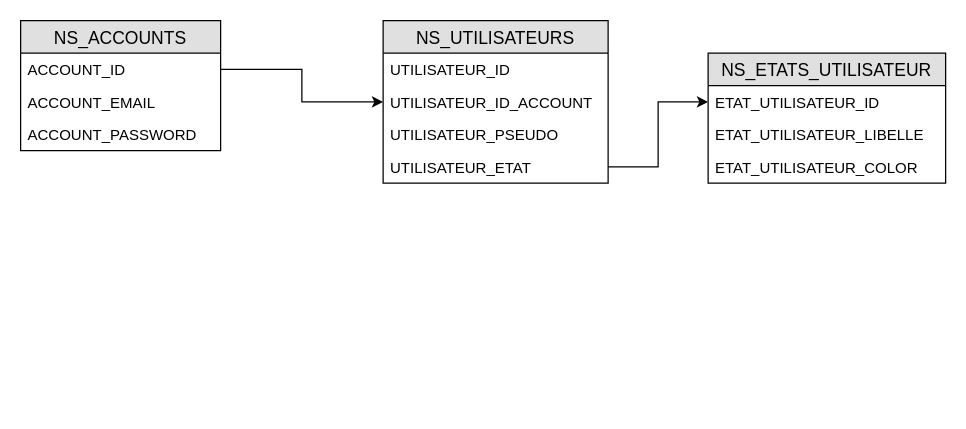
This is BDD.drawio from neyhos-studio/Wiki-NS, a draw.io file, before an edit. Source tidied: cells renumbered, new cells numbered last; positions are measured from the earlier drawing's top-left corner, leaving out a move shared by most shapes. Both pictures are drawn from the tidied source at 125%, with x=0, y=0 at pixel (20, 20).
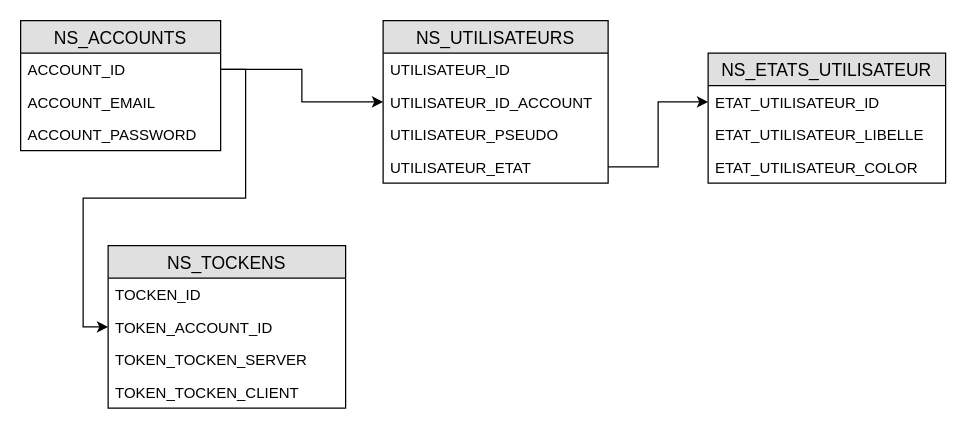
The same diagram, later.

Unchanged cells that the change refers to:
```xml
<mxCell id="3" value="ACCOUNT_ID" style="text;strokeColor=none;fillColor=none;spacingLeft=4;spacingRight=4;overflow=hidden;points=[[0,0.5],[1,0.5]];portConstraint=eastwest;fontSize=12;" parent="2" vertex="1">
  <mxGeometry y="26" width="160" height="26" as="geometry" />
</mxCell>
```

Change to the diagram source:
```diff
@@
+    <mxCell id="17" value="NS_TOCKENS" style="swimlane;fontStyle=0;horizontal=1;startSize=26;fillColor=#e0e0e0;swimlaneFillColor=#ffffff;align=center;fontSize=14;" parent="1" vertex="1">
+      <mxGeometry x="70" y="180" width="190" height="130" as="geometry" />
+    </mxCell>
+    <mxCell id="18" value="TOCKEN_ID" style="text;strokeColor=none;fillColor=none;spacingLeft=4;spacingRight=4;overflow=hidden;fontSize=12;" parent="17" vertex="1">
+      <mxGeometry y="26" width="190" height="26" as="geometry" />
+    </mxCell>
+    <mxCell id="19" value="TOKEN_ACCOUNT_ID" style="text;strokeColor=none;fillColor=none;spacingLeft=4;spacingRight=4;overflow=hidden;points=[[0,0.5],[1,0.5]];portConstraint=eastwest;fontSize=12;" parent="17" vertex="1">
+      <mxGeometry y="52" width="190" height="26" as="geometry" />
+    </mxCell>
+    <mxCell id="20" value="TOKEN_TOCKEN_SERVER" style="text;strokeColor=none;fillColor=none;spacingLeft=4;spacingRight=4;overflow=hidden;fontSize=12;" parent="17" vertex="1">
+      <mxGeometry y="78" width="190" height="26" as="geometry" />
+    </mxCell>
+    <mxCell id="21" value="TOKEN_TOCKEN_CLIENT" style="text;strokeColor=none;fillColor=none;spacingLeft=4;spacingRight=4;overflow=hidden;fontSize=12;" parent="17" vertex="1">
+      <mxGeometry y="104" width="190" height="26" as="geometry" />
+    </mxCell>
+    <mxCell id="22" style="edgeStyle=orthogonalEdgeStyle;rounded=0;jettySize=auto;html=1;exitX=1;exitY=0.5;exitDx=0;exitDy=0;entryX=0;entryY=0.5;entryDx=0;entryDy=0;" parent="1" edge="1" source="3" target="19">
+      <mxGeometry relative="1" as="geometry" />
+    </mxCell>
```
